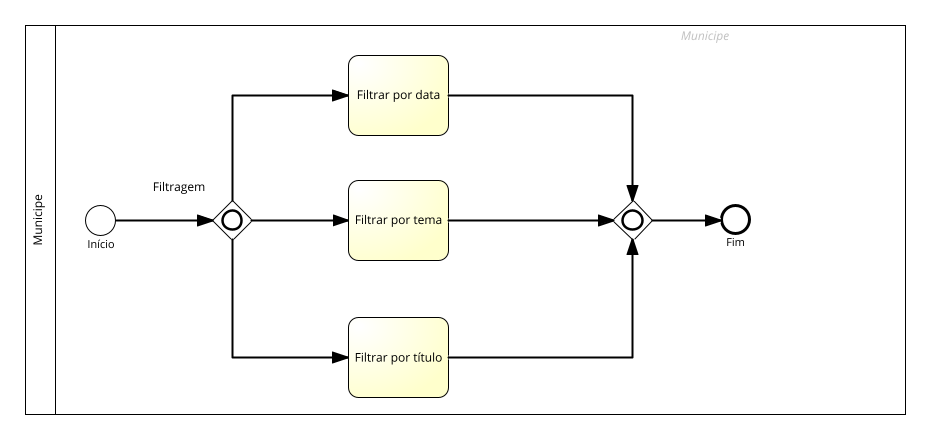
Before: BPMNs/Noticias/Images/RFN4.png, a diagram exported from BPMN (Municip-io-org/Municip.io). Its source is kept beside it as BPMNs/Noticias/RFN4.bpmn. Ids are renumbered.
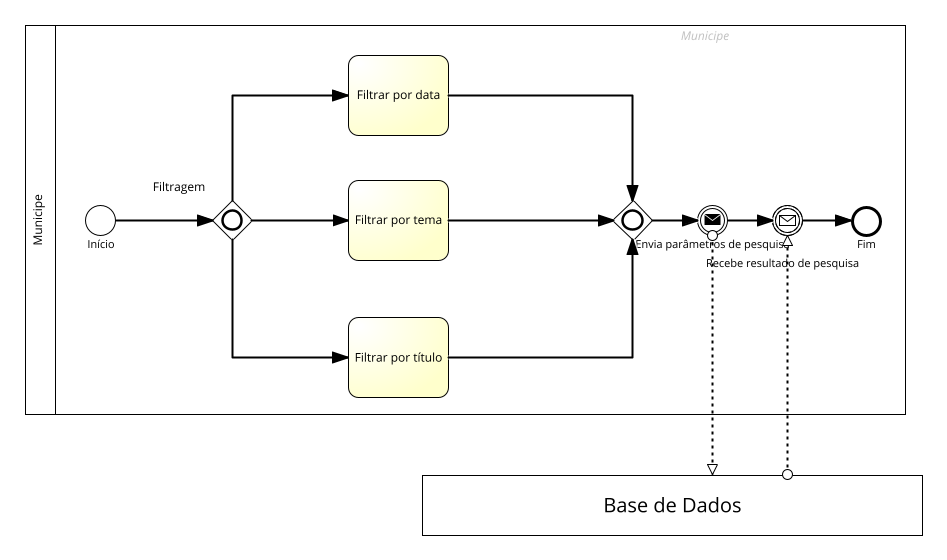
Above is the later version.

Change to the diagram source:
```diff
@@ -1,3 +1,3 @@
-<?xml version="1.0" encoding="UTF-8"?><definitions xmlns="http://www.omg.org/spec/BPMN/20100524/MODEL" xmlns:bpmndi="http://www.omg.org/spec/BPMN/20100524/DI" xmlns:omgdc="http://www.omg.org/spec/DD/20100524/DC" xmlns:omgdi="http://www.omg.org/spec/DD/20100524/DI" xmlns:signavio="http://www.signavio.com" xmlns:xsi="http://www.w3.org/2001/XMLSchema-instance" exporter="Signavio Process Editor, http://www.signavio.com" exporterVersion="17.8.2" expressionLanguage="http://www.w3.org/TR/XPath" id="sid-157a9c1d-6e66-48d1-b200-639b5a5a9c5f" targetNamespace="http://www.signavio.com" typeLanguage="http://www.w3.org/2001/XMLSchema" xsi:schemaLocation="http://www.omg.org/spec/BPMN/20100524/MODEL http://www.omg.org/spec/BPMN/2.0/20100501/BPMN20.xsd">
-   <collaboration id="sid-5a04bdb3-0c10-44c0-9368-699234e0e272">
+<?xml version="1.0" encoding="UTF-8"?><definitions xmlns="http://www.omg.org/spec/BPMN/20100524/MODEL" xmlns:bpmndi="http://www.omg.org/spec/BPMN/20100524/DI" xmlns:omgdc="http://www.omg.org/spec/DD/20100524/DC" xmlns:omgdi="http://www.omg.org/spec/DD/20100524/DI" xmlns:signavio="http://www.signavio.com" xmlns:xsi="http://www.w3.org/2001/XMLSchema-instance" exporter="Signavio Process Editor, http://www.signavio.com" exporterVersion="17.9.0" expressionLanguage="http://www.w3.org/TR/XPath" id="sid-157a9c1d-6e66-48d1-b200-639b5a5a9c5f" targetNamespace="http://www.signavio.com" typeLanguage="http://www.w3.org/2001/XMLSchema" xsi:schemaLocation="http://www.omg.org/spec/BPMN/20100524/MODEL http://www.omg.org/spec/BPMN/2.0/20100501/BPMN20.xsd">
+   <collaboration id="sid-ad73241c-e889-4287-970d-35ab36586cd3">
       <extensionElements>
@@ -7,3 +7,3 @@
          <signavio:signavioDiagramMetaData metaKey="meta-processowner" metaValue=""/>
-         <signavio:signavioDiagramMetaData metaKey="revisionid" metaValue="6c4eccbbf43140d6a92009f3e5c76a77"/>
+         <signavio:signavioDiagramMetaData metaKey="revisionid" metaValue="e3fc095404754c6c994b25d1fa93bbdc"/>
       </extensionElements>
@@ -15,2 +15,18 @@
       </participant>
+      <participant id="sid-7A2A18C4-8FF3-4B7F-8CB9-556A29F79665" name="Base de Dados">
+         <extensionElements>
+            <signavio:signavioMetaData metaKey="bgcolor" metaValue="#ffffff"/>
+            <signavio:signavioMetaData metaKey="bordercolor" metaValue="#000000"/>
+         </extensionElements>
+      </participant>
+      <messageFlow id="sid-9C38969F-3E91-4042-A776-61A2841BA065" name="" sourceRef="sid-7A2A18C4-8FF3-4B7F-8CB9-556A29F79665" targetRef="sid-7187E254-A6F9-4554-86D1-46EA170EED2A">
+         <extensionElements>
+            <signavio:signavioMetaData metaKey="bordercolor" metaValue="#000000"/>
+         </extensionElements>
+      </messageFlow>
+      <messageFlow id="sid-03A1FD18-241A-4FD0-B939-0E3BC4689478" name="" sourceRef="sid-91C67C67-34A7-4FA0-9FC8-8E1BB63CE166" targetRef="sid-7A2A18C4-8FF3-4B7F-8CB9-556A29F79665">
+         <extensionElements>
+            <signavio:signavioMetaData metaKey="bordercolor" metaValue="#000000"/>
+         </extensionElements>
+      </messageFlow>
    </collaboration>
@@ -18,3 +34,3 @@
       <extensionElements/>
-      <laneSet id="sid-69fafa60-c4bd-42a5-9756-91ecde8e59d4">
+      <laneSet id="sid-7f018409-044d-4947-ad14-b5edd7bd2057">
          <lane id="sid-DBAD523A-2900-402E-BD57-1C6D17B38129">
@@ -31,5 +47,7 @@
             <flowNodeRef>sid-4A91B732-51C6-48BF-9880-CD3CCF8035FC</flowNodeRef>
+            <flowNodeRef>sid-91C67C67-34A7-4FA0-9FC8-8E1BB63CE166</flowNodeRef>
+            <flowNodeRef>sid-7187E254-A6F9-4554-86D1-46EA170EED2A</flowNodeRef>
          </lane>
       </laneSet>
-      <startEvent id="sid-8EEF604C-9214-4168-8D76-3311E387D966" name="Início">
+      <startEvent id="sid-8EEF604C-9214-4168-8D76-3311E387D966" isInterrupting="true" name="Início">
          <extensionElements>
@@ -37,3 +55,3 @@
             <signavio:signavioMetaData metaKey="bordercolor" metaValue="#000000"/>
-            <signavio:signavioMetaData metaKey="vorgngerprozesse" metaValue=""/>
+            <signavio:signavioMetaData metaKey="vorgngerprozesse" metaValue="[]"/>
          </extensionElements>
@@ -58,5 +76,5 @@
             <signavio:signavioMetaData metaKey="meta-risks" metaValue=""/>
-            <signavio:signavioMetaData metaKey="wirdkonsultiert" metaValue=""/>
-            <signavio:signavioMetaData metaKey="externaldocuments" metaValue=""/>
-            <signavio:signavioMetaData metaKey="wirdinformiert" metaValue=""/>
+            <signavio:signavioMetaData metaKey="wirdkonsultiert" metaValue="[]"/>
+            <signavio:signavioMetaData metaKey="externaldocuments" metaValue="[]"/>
+            <signavio:signavioMetaData metaKey="wirdinformiert" metaValue="[]"/>
          </extensionElements>
@@ -71,5 +89,5 @@
             <signavio:signavioMetaData metaKey="meta-risks" metaValue=""/>
-            <signavio:signavioMetaData metaKey="wirdkonsultiert" metaValue=""/>
-            <signavio:signavioMetaData metaKey="externaldocuments" metaValue=""/>
-            <signavio:signavioMetaData metaKey="wirdinformiert" metaValue=""/>
+            <signavio:signavioMetaData metaKey="wirdkonsultiert" metaValue="[]"/>
+            <signavio:signavioMetaData metaKey="externaldocuments" metaValue="[]"/>
+            <signavio:signavioMetaData metaKey="wirdinformiert" metaValue="[]"/>
          </extensionElements>
@@ -84,5 +102,5 @@
             <signavio:signavioMetaData metaKey="meta-risks" metaValue=""/>
-            <signavio:signavioMetaData metaKey="wirdkonsultiert" metaValue=""/>
-            <signavio:signavioMetaData metaKey="externaldocuments" metaValue=""/>
-            <signavio:signavioMetaData metaKey="wirdinformiert" metaValue=""/>
+            <signavio:signavioMetaData metaKey="wirdkonsultiert" metaValue="[]"/>
+            <signavio:signavioMetaData metaKey="externaldocuments" metaValue="[]"/>
+            <signavio:signavioMetaData metaKey="wirdinformiert" metaValue="[]"/>
          </extensionElements>
@@ -105,7 +123,26 @@
             <signavio:signavioMetaData metaKey="bordercolor" metaValue="#000000"/>
-            <signavio:signavioMetaData metaKey="nachfolgerprozesse" metaValue=""/>
+            <signavio:signavioMetaData metaKey="nachfolgerprozesse" metaValue="[]"/>
+         </extensionElements>
+         <incoming>sid-C6573833-553C-42A5-9EC3-EE5E715EEE68</incoming>
+      </endEvent>
+      <intermediateThrowEvent id="sid-91C67C67-34A7-4FA0-9FC8-8E1BB63CE166" name="Envia parâmetros de pesquisa">
+         <extensionElements>
+            <signavio:signavioMetaData metaKey="bgcolor" metaValue="#ffffff"/>
+            <signavio:signavioMetaData metaKey="bordercolor" metaValue="#000000"/>
          </extensionElements>
          <incoming>sid-E79D5698-C195-4620-8A24-09EFE0690895</incoming>
-      </endEvent>
-      <sequenceFlow id="sid-61CAD52C-0A13-4489-9014-22F4C92CA995" name="" sourceRef="sid-8EEF604C-9214-4168-8D76-3311E387D966" targetRef="sid-E88CD57F-013B-4EA9-AF2A-E59AA53CC096">
+         <outgoing>sid-2A3E7902-C00C-4DA2-916F-8A6196B5D660</outgoing>
+         <messageEventDefinition id="sid-cbe91dd7-cba6-4d7a-9fe7-403e6a5521a9"/>
+      </intermediateThrowEvent>
+      <intermediateCatchEvent id="sid-7187E254-A6F9-4554-86D1-46EA170EED2A" name="Recebe resultado de pesquisa">
+         <extensionElements>
+            <signavio:signavioMetaData metaKey="bgcolor" metaValue="#ffffff"/>
+            <signavio:signavioMetaData metaKey="bordercolor" metaValue="#000000"/>
+            <signavio:signavioLabel ref="text_name" valign="middle" x="10.0" y="58.0"/>
+         </extensionElements>
+         <incoming>sid-2A3E7902-C00C-4DA2-916F-8A6196B5D660</incoming>
+         <outgoing>sid-C6573833-553C-42A5-9EC3-EE5E715EEE68</outgoing>
+         <messageEventDefinition id="sid-5d3890af-2621-465f-b065-77747f4db33c"/>
+      </intermediateCatchEvent>
+      <sequenceFlow id="sid-61CAD52C-0A13-4489-9014-22F4C92CA995" isImmediate="true" name="" sourceRef="sid-8EEF604C-9214-4168-8D76-3311E387D966" targetRef="sid-E88CD57F-013B-4EA9-AF2A-E59AA53CC096">
          <extensionElements>
@@ -114,3 +151,3 @@
       </sequenceFlow>
-      <sequenceFlow id="sid-75942022-95C6-452D-9CB2-94B7F83E0109" name="" sourceRef="sid-E88CD57F-013B-4EA9-AF2A-E59AA53CC096" targetRef="sid-1807B23B-6447-451F-8563-2D61BA753D08">
+      <sequenceFlow id="sid-75942022-95C6-452D-9CB2-94B7F83E0109" isImmediate="true" name="" sourceRef="sid-E88CD57F-013B-4EA9-AF2A-E59AA53CC096" targetRef="sid-1807B23B-6447-451F-8563-2D61BA753D08">
          <extensionElements>
@@ -119,3 +156,3 @@
       </sequenceFlow>
-      <sequenceFlow id="sid-C64038CD-5B7E-4981-9078-C02DCF690E1E" name="" sourceRef="sid-E88CD57F-013B-4EA9-AF2A-E59AA53CC096" targetRef="sid-245E7D58-AFA5-4433-93EE-1C125C90E307">
+      <sequenceFlow id="sid-C64038CD-5B7E-4981-9078-C02DCF690E1E" isImmediate="true" name="" sourceRef="sid-E88CD57F-013B-4EA9-AF2A-E59AA53CC096" targetRef="sid-245E7D58-AFA5-4433-93EE-1C125C90E307">
          <extensionElements>
@@ -124,3 +161,3 @@
       </sequenceFlow>
-      <sequenceFlow id="sid-8BD8C972-BAAE-47FD-97AF-F84171E9FD04" name="" sourceRef="sid-E88CD57F-013B-4EA9-AF2A-E59AA53CC096" targetRef="sid-00DCC2E5-50A8-4701-A225-8251F32587C0">
+      <sequenceFlow id="sid-8BD8C972-BAAE-47FD-97AF-F84171E9FD04" isImmediate="true" name="" sourceRef="sid-E88CD57F-013B-4EA9-AF2A-E59AA53CC096" targetRef="sid-00DCC2E5-50A8-4701-A225-8251F32587C0">
          <extensionElements>
@@ -129,3 +166,3 @@
       </sequenceFlow>
-      <sequenceFlow id="sid-0D5DDE34-E469-4FB5-A05E-AB993D0AF1B6" name="" sourceRef="sid-1807B23B-6447-451F-8563-2D61BA753D08" targetRef="sid-D9150A72-08A4-4C97-86B4-F2873805C495">
+      <sequenceFlow id="sid-0D5DDE34-E469-4FB5-A05E-AB993D0AF1B6" isImmediate="true" name="" sourceRef="sid-1807B23B-6447-451F-8563-2D61BA753D08" targetRef="sid-D9150A72-08A4-4C97-86B4-F2873805C495">
          <extensionElements>
@@ -134,3 +171,3 @@
       </sequenceFlow>
-      <sequenceFlow id="sid-10468F64-1A49-4706-A99F-138A698219B2" name="" sourceRef="sid-245E7D58-AFA5-4433-93EE-1C125C90E307" targetRef="sid-D9150A72-08A4-4C97-86B4-F2873805C495">
+      <sequenceFlow id="sid-10468F64-1A49-4706-A99F-138A698219B2" isImmediate="true" name="" sourceRef="sid-245E7D58-AFA5-4433-93EE-1C125C90E307" targetRef="sid-D9150A72-08A4-4C97-86B4-F2873805C495">
          <extensionElements>
@@ -139,3 +176,3 @@
       </sequenceFlow>
-      <sequenceFlow id="sid-FD92AD95-645E-4B66-8178-232144655B26" name="" sourceRef="sid-00DCC2E5-50A8-4701-A225-8251F32587C0" targetRef="sid-D9150A72-08A4-4C97-86B4-F2873805C495">
+      <sequenceFlow id="sid-FD92AD95-645E-4B66-8178-232144655B26" isImmediate="true" name="" sourceRef="sid-00DCC2E5-50A8-4701-A225-8251F32587C0" targetRef="sid-D9150A72-08A4-4C97-86B4-F2873805C495">
          <extensionElements>
@@ -144,3 +181,13 @@
       </sequenceFlow>
-      <sequenceFlow id="sid-E79D5698-C195-4620-8A24-09EFE0690895" name="" sourceRef="sid-D9150A72-08A4-4C97-86B4-F2873805C495" targetRef="sid-4A91B732-51C6-48BF-9880-CD3CCF8035FC">
+      <sequenceFlow id="sid-E79D5698-C195-4620-8A24-09EFE0690895" isImmediate="true" name="" sourceRef="sid-D9150A72-08A4-4C97-86B4-F2873805C495" targetRef="sid-91C67C67-34A7-4FA0-9FC8-8E1BB63CE166">
+         <extensionElements>
+            <signavio:signavioMetaData metaKey="bordercolor" metaValue="#000000"/>
+         </extensionElements>
+      </sequenceFlow>
+      <sequenceFlow id="sid-2A3E7902-C00C-4DA2-916F-8A6196B5D660" name="" sourceRef="sid-91C67C67-34A7-4FA0-9FC8-8E1BB63CE166" targetRef="sid-7187E254-A6F9-4554-86D1-46EA170EED2A">
+         <extensionElements>
+            <signavio:signavioMetaData metaKey="bordercolor" metaValue="#000000"/>
+         </extensionElements>
+      </sequenceFlow>
+      <sequenceFlow id="sid-C6573833-553C-42A5-9EC3-EE5E715EEE68" name="" sourceRef="sid-7187E254-A6F9-4554-86D1-46EA170EED2A" targetRef="sid-4A91B732-51C6-48BF-9880-CD3CCF8035FC">
          <extensionElements>
@@ -150,8 +197,14 @@
    </process>
-   <bpmndi:BPMNDiagram id="sid-190f7dde-9912-4006-ab3b-644f922bd7fe">
-      <bpmndi:BPMNPlane bpmnElement="sid-5a04bdb3-0c10-44c0-9368-699234e0e272" id="sid-2a54541a-944a-4a95-acaf-4f4460116130">
+   <bpmndi:BPMNDiagram id="sid-353494e7-7646-4a70-bf51-4760f4989681">
+      <bpmndi:BPMNPlane bpmnElement="sid-ad73241c-e889-4287-970d-35ab36586cd3" id="sid-93eed7c4-e54b-4b18-932a-12e2827cfe80">
          <bpmndi:BPMNShape bpmnElement="sid-DCD7CCAA-8809-4F1B-8243-74C1F9A059E7" id="sid-DCD7CCAA-8809-4F1B-8243-74C1F9A059E7_gui" isHorizontal="true">
             <omgdc:Bounds height="389.71396330544144" width="880.5280365581698" x="402.5764887891917" y="330.032984186082"/>
-            <bpmndi:BPMNLabel labelStyle="sid-591e46f6-3913-4b85-975d-a88e948e2ee6">
+            <bpmndi:BPMNLabel labelStyle="sid-b1992dcf-4692-40e0-890f-244b825a6384">
                <omgdc:Bounds height="45.514286041259766" width="12.0" x="407.57650176537726" y="502.1328228181728"/>
+            </bpmndi:BPMNLabel>
+         </bpmndi:BPMNShape>
+         <bpmndi:BPMNShape bpmnElement="sid-7A2A18C4-8FF3-4B7F-8CB9-556A29F79665" id="sid-7A2A18C4-8FF3-4B7F-8CB9-556A29F79665_gui" isHorizontal="true">
+            <omgdc:Bounds height="60.0" width="500.0" x="800.0" y="780.2784637484"/>
+            <bpmndi:BPMNLabel labelStyle="sid-b1992dcf-4692-40e0-890f-244b825a6384">
+               <omgdc:Bounds height="20.0" width="136.28570556640625" x="981.8571472167969" y="797.2784637484"/>
             </bpmndi:BPMNLabel>
@@ -162,4 +215,4 @@
          <bpmndi:BPMNShape bpmnElement="sid-8EEF604C-9214-4168-8D76-3311E387D966" id="sid-8EEF604C-9214-4168-8D76-3311E387D966_gui">
-            <omgdc:Bounds height="30.0" width="30.0" x="463.5448184927897" y="510.0329765859985"/>
-            <bpmndi:BPMNLabel labelStyle="sid-05a569e0-92f3-4ad1-bf82-3be22df9c593">
+            <omgdc:Bounds height="30.0" width="30.0" x="463.5448184927897" y="510.03297658599854"/>
+            <bpmndi:BPMNLabel labelStyle="sid-b6ecdd0a-f05b-4269-b5a0-208ad45ce981">
                <omgdc:Bounds height="11.0" width="29.700000762939453" x="463.69481811132" y="542.0329765859985"/>
@@ -168,5 +221,5 @@
          <bpmndi:BPMNShape bpmnElement="sid-E88CD57F-013B-4EA9-AF2A-E59AA53CC096" id="sid-E88CD57F-013B-4EA9-AF2A-E59AA53CC096_gui">
-            <omgdc:Bounds height="40.0" width="40.0" x="589.808689895101" y="505.0329766605043"/>
-            <bpmndi:BPMNLabel labelStyle="sid-05a569e0-92f3-4ad1-bf82-3be22df9c593">
-               <omgdc:Bounds height="12.0" width="49.371429443359375" x="533.4372604517416" y="484.0329766605043"/>
+            <omgdc:Bounds height="40.0" width="40.0" x="589.808689895101" y="505.03297666050435"/>
+            <bpmndi:BPMNLabel labelStyle="sid-b6ecdd0a-f05b-4269-b5a0-208ad45ce981">
+               <omgdc:Bounds height="12.0" width="49.371429443359375" x="533.4372604517416" y="484.03297666050435"/>
             </bpmndi:BPMNLabel>
@@ -175,3 +228,3 @@
             <omgdc:Bounds height="80.0" width="100.0" x="726.0725543900562" y="360.0329905613992"/>
-            <bpmndi:BPMNLabel labelStyle="sid-591e46f6-3913-4b85-975d-a88e948e2ee6">
+            <bpmndi:BPMNLabel labelStyle="sid-b1992dcf-4692-40e0-890f-244b825a6384">
                <omgdc:Bounds height="12.0" width="81.0" x="735.5725543900562" y="392.0329905613992"/>
@@ -180,4 +233,4 @@
          <bpmndi:BPMNShape bpmnElement="sid-245E7D58-AFA5-4433-93EE-1C125C90E307" id="sid-245E7D58-AFA5-4433-93EE-1C125C90E307_gui">
-            <omgdc:Bounds height="80.0" width="100.0" x="726.0725543900562" y="485.0329837599633"/>
-            <bpmndi:BPMNLabel labelStyle="sid-591e46f6-3913-4b85-975d-a88e948e2ee6">
+            <omgdc:Bounds height="80.00000000000006" width="100.0" x="726.0725543900562" y="485.0329837599633"/>
+            <bpmndi:BPMNLabel labelStyle="sid-b1992dcf-4692-40e0-890f-244b825a6384">
                <omgdc:Bounds height="12.0" width="84.08572387695312" x="734.0296924515796" y="517.0329837599634"/>
@@ -187,3 +240,3 @@
             <omgdc:Bounds height="80.0" width="100.0" x="726.0725652093804" y="622.6557201671992"/>
-            <bpmndi:BPMNLabel labelStyle="sid-591e46f6-3913-4b85-975d-a88e948e2ee6">
+            <bpmndi:BPMNLabel labelStyle="sid-b1992dcf-4692-40e0-890f-244b825a6384">
                <omgdc:Bounds height="12.0" width="89.4857177734375" x="731.3297063226617" y="654.6557201671992"/>
@@ -195,5 +248,17 @@
          <bpmndi:BPMNShape bpmnElement="sid-4A91B732-51C6-48BF-9880-CD3CCF8035FC" id="sid-4A91B732-51C6-48BF-9880-CD3CCF8035FC_gui">
-            <omgdc:Bounds height="28.0" width="28.0" x="1100.1099472869398" y="511.0329765859984"/>
-            <bpmndi:BPMNLabel labelStyle="sid-05a569e0-92f3-4ad1-bf82-3be22df9c593">
-               <omgdc:Bounds height="11.0" width="16.97142791748047" x="1105.6242333281996" y="541.0329765859984"/>
+            <omgdc:Bounds height="26.0" width="26.0" x="1229.999981671572" y="512.0329765561961"/>
+            <bpmndi:BPMNLabel labelStyle="sid-b6ecdd0a-f05b-4269-b5a0-208ad45ce981">
+               <omgdc:Bounds height="11.0" width="16.97142791748047" x="1235.5142677128317" y="542.0329765561961"/>
+            </bpmndi:BPMNLabel>
+         </bpmndi:BPMNShape>
+         <bpmndi:BPMNShape bpmnElement="sid-91C67C67-34A7-4FA0-9FC8-8E1BB63CE166" id="sid-91C67C67-34A7-4FA0-9FC8-8E1BB63CE166_gui">
+            <omgdc:Bounds height="30.0" width="30.0" x="1075.098951291647" y="510.03297658599837"/>
+            <bpmndi:BPMNLabel labelStyle="sid-b6ecdd0a-f05b-4269-b5a0-208ad45ce981">
+               <omgdc:Bounds height="11.0" width="150.62142944335938" x="1014.7882365699672" y="542.0329765859983"/>
+            </bpmndi:BPMNLabel>
+         </bpmndi:BPMNShape>
+         <bpmndi:BPMNShape bpmnElement="sid-7187E254-A6F9-4554-86D1-46EA170EED2A" id="sid-7187E254-A6F9-4554-86D1-46EA170EED2A_gui">
+            <omgdc:Bounds height="30.0" width="30.0" x="1150.0989673118697" y="510.03297658599837"/>
+            <bpmndi:BPMNLabel labelStyle="sid-b6ecdd0a-f05b-4269-b5a0-208ad45ce981">
+               <omgdc:Bounds height="11.0" width="148.5" x="1085.8489673118697" y="561.0329765859983"/>
             </bpmndi:BPMNLabel>
@@ -201,8 +266,8 @@
          <bpmndi:BPMNEdge bpmnElement="sid-61CAD52C-0A13-4489-9014-22F4C92CA995" id="sid-61CAD52C-0A13-4489-9014-22F4C92CA995_gui">
-            <omgdi:waypoint x="493.5448184927897" y="525.0898965978179"/>
-            <omgdi:waypoint x="589.808689895101" y="525.4551859776846"/>
+            <omgdi:waypoint x="493.5448184927897" y="525.0329765945125"/>
+            <omgdi:waypoint x="589.808689895101" y="525.0329766491523"/>
          </bpmndi:BPMNEdge>
          <bpmndi:BPMNEdge bpmnElement="sid-75942022-95C6-452D-9CB2-94B7F83E0109" id="sid-75942022-95C6-452D-9CB2-94B7F83E0109_gui">
-            <omgdi:waypoint x="610.308689895101" y="505.0329766605043"/>
-            <omgdi:waypoint x="610.308689895101" y="400.0329905613992"/>
+            <omgdi:waypoint x="609.808689895101" y="505.03297666050435"/>
+            <omgdi:waypoint x="609.808689895101" y="400.0329905613992"/>
             <omgdi:waypoint x="726.0725543900562" y="400.0329905613992"/>
@@ -210,3 +275,3 @@
          <bpmndi:BPMNEdge bpmnElement="sid-C64038CD-5B7E-4981-9078-C02DCF690E1E" id="sid-C64038CD-5B7E-4981-9078-C02DCF690E1E_gui">
-            <omgdi:waypoint x="629.808689895101" y="525.474158886255"/>
+            <omgdi:waypoint x="629.808689895101" y="525.0589214208787"/>
             <omgdi:waypoint x="726.0725543900562" y="525.1837985657307"/>
@@ -214,4 +279,4 @@
          <bpmndi:BPMNEdge bpmnElement="sid-8BD8C972-BAAE-47FD-97AF-F84171E9FD04" id="sid-8BD8C972-BAAE-47FD-97AF-F84171E9FD04_gui">
-            <omgdi:waypoint x="610.308689895101" y="545.0329766605043"/>
-            <omgdi:waypoint x="610.308689895101" y="662.6557201671992"/>
+            <omgdi:waypoint x="609.808689895101" y="545.0329766605043"/>
+            <omgdi:waypoint x="609.808689895101" y="662.6557201671992"/>
             <omgdi:waypoint x="726.0725652093804" y="662.6557201671992"/>
@@ -220,4 +285,4 @@
             <omgdi:waypoint x="826.0725543900562" y="400.0329905613992"/>
-            <omgdi:waypoint x="1010.5989673118697" y="400.0329905613992"/>
-            <omgdi:waypoint x="1010.5989673118697" y="505.0329765859984"/>
+            <omgdi:waypoint x="1010.0989673118697" y="400.0329905613992"/>
+            <omgdi:waypoint x="1010.0989673118697" y="505.0329765859984"/>
          </bpmndi:BPMNEdge>
@@ -225,3 +290,3 @@
             <omgdi:waypoint x="826.0725543900562" y="525.1395800319581"/>
-            <omgdi:waypoint x="990.0989673118697" y="525.4892721144806"/>
+            <omgdi:waypoint x="990.0989673118697" y="525.0445622539759"/>
          </bpmndi:BPMNEdge>
@@ -229,14 +294,30 @@
             <omgdi:waypoint x="826.0725652093804" y="662.6557201671992"/>
-            <omgdi:waypoint x="1010.5989673118697" y="662.6557201671992"/>
-            <omgdi:waypoint x="1010.5989673118697" y="545.0329765859984"/>
+            <omgdi:waypoint x="1010.0989673118697" y="662.6557201671992"/>
+            <omgdi:waypoint x="1010.0989673118697" y="545.0329765859984"/>
          </bpmndi:BPMNEdge>
          <bpmndi:BPMNEdge bpmnElement="sid-E79D5698-C195-4620-8A24-09EFE0690895" id="sid-E79D5698-C195-4620-8A24-09EFE0690895_gui">
-            <omgdi:waypoint x="1030.0989673118697" y="525.4387836800637"/>
-            <omgdi:waypoint x="1100.1099472869398" y="525.100602262054"/>
+            <omgdi:waypoint x="1030.0989673118697" y="525.0329765859984"/>
+            <omgdi:waypoint x="1075.098951291647" y="525.0329765859984"/>
+         </bpmndi:BPMNEdge>
+         <bpmndi:BPMNEdge bpmnElement="sid-2A3E7902-C00C-4DA2-916F-8A6196B5D660" id="sid-2A3E7902-C00C-4DA2-916F-8A6196B5D660_gui">
+            <omgdi:waypoint x="1105.098951291647" y="525.0329765859983"/>
+            <omgdi:waypoint x="1150.0989673118697" y="525.0329765859983"/>
+         </bpmndi:BPMNEdge>
+         <bpmndi:BPMNEdge bpmnElement="sid-C6573833-553C-42A5-9EC3-EE5E715EEE68" id="sid-C6573833-553C-42A5-9EC3-EE5E715EEE68_gui">
+            <omgdi:waypoint x="1180.0989673118697" y="525.0329765802599"/>
+            <omgdi:waypoint x="1229.999981671572" y="525.0329765611694"/>
+         </bpmndi:BPMNEdge>
+         <bpmndi:BPMNEdge bpmnElement="sid-9C38969F-3E91-4042-A776-61A2841BA065" id="sid-9C38969F-3E91-4042-A776-61A2841BA065_gui">
+            <omgdi:waypoint x="1165.0989673118697" y="780.2784637484"/>
+            <omgdi:waypoint x="1165.0989673118697" y="540.0329765859983"/>
+         </bpmndi:BPMNEdge>
+         <bpmndi:BPMNEdge bpmnElement="sid-03A1FD18-241A-4FD0-B939-0E3BC4689478" id="sid-03A1FD18-241A-4FD0-B939-0E3BC4689478_gui">
+            <omgdi:waypoint x="1090.098951291647" y="540.0329765859983"/>
+            <omgdi:waypoint x="1090.098951291647" y="780.2784637484"/>
          </bpmndi:BPMNEdge>
       </bpmndi:BPMNPlane>
-      <bpmndi:BPMNLabelStyle id="sid-05a569e0-92f3-4ad1-bf82-3be22df9c593">
+      <bpmndi:BPMNLabelStyle id="sid-b6ecdd0a-f05b-4269-b5a0-208ad45ce981">
          <omgdc:Font isBold="false" isItalic="false" isStrikeThrough="false" isUnderline="false" name="Arial" size="11.0"/>
       </bpmndi:BPMNLabelStyle>
-      <bpmndi:BPMNLabelStyle id="sid-591e46f6-3913-4b85-975d-a88e948e2ee6">
+      <bpmndi:BPMNLabelStyle id="sid-b1992dcf-4692-40e0-890f-244b825a6384">
          <omgdc:Font isBold="false" isItalic="false" isStrikeThrough="false" isUnderline="false" name="Arial" size="12.0"/>
```
